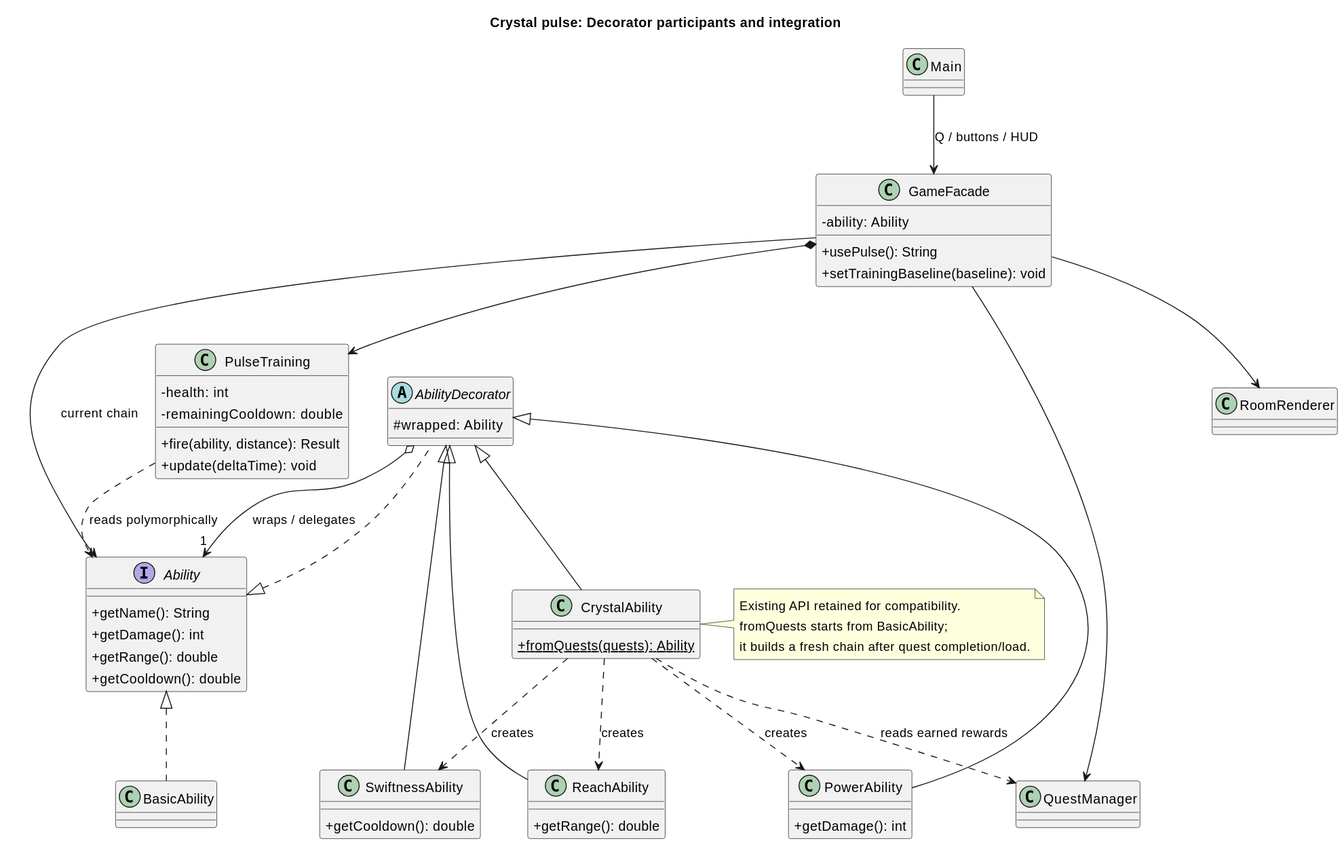
The PlantUML diagram docs/decorator-class.svg in AruzhM/SDP_Team_Project, before a commit. Source of this version:
```plantuml
@startuml
title Crystal pulse: Decorator participants and integration
top to bottom direction
skinparam classAttributeIconSize 0
interface Ability {
  +getName(): String
  +getDamage(): int
  +getRange(): double
  +getCooldown(): double
}
class BasicAbility
abstract class AbilityDecorator {
  #wrapped: Ability
}
class PowerAbility {
  +getDamage(): int
}
class ReachAbility {
  +getRange(): double
}
class SwiftnessAbility {
  +getCooldown(): double
}
class CrystalAbility {
  {static} +fromQuests(quests): Ability
}
class GameFacade {
  -ability: Ability
  +usePulse(): String
  +setTrainingBaseline(baseline): void
}
class PulseTraining {
  -health: int
  -remainingCooldown: double
  +fire(ability, distance): Result
  +update(deltaTime): void
}
class QuestManager
class Main
class RoomRenderer
Ability <|.. BasicAbility
Ability <|.. AbilityDecorator
AbilityDecorator o--> "1" Ability : wraps / delegates
AbilityDecorator <|-- PowerAbility
AbilityDecorator <|-- ReachAbility
AbilityDecorator <|-- SwiftnessAbility
AbilityDecorator <|-- CrystalAbility
CrystalAbility ..> QuestManager : reads earned rewards
CrystalAbility ..> PowerAbility : creates
CrystalAbility ..> ReachAbility : creates
CrystalAbility ..> SwiftnessAbility : creates
GameFacade --> Ability : current chain
GameFacade *--> PulseTraining
GameFacade --> QuestManager
GameFacade --> RoomRenderer
Main --> GameFacade : Q / buttons / HUD
PulseTraining ..> Ability : reads polymorphically
note right of CrystalAbility
  Existing API retained for compatibility.
  fromQuests starts from BasicAbility;
  it builds a fresh chain after quest completion/load.
end note
@enduml
```
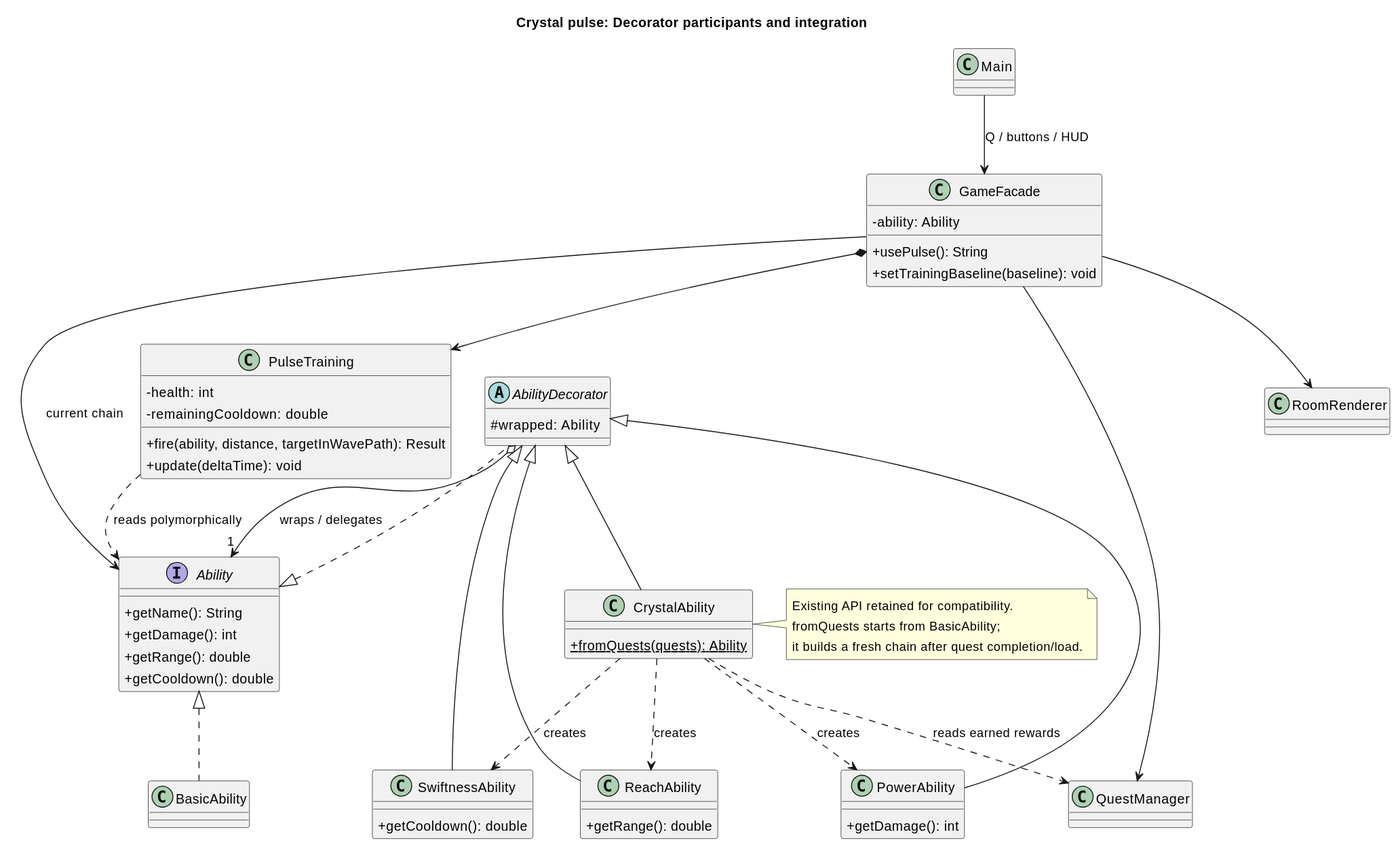
After the commit.

Change to the diagram source:
```diff
@@ -32,7 +32,7 @@
 class PulseTraining {
   -health: int
   -remainingCooldown: double
-  +fire(ability, distance): Result
+  +fire(ability, distance, targetInWavePath): Result
   +update(deltaTime): void
 }
 class QuestManager
```
